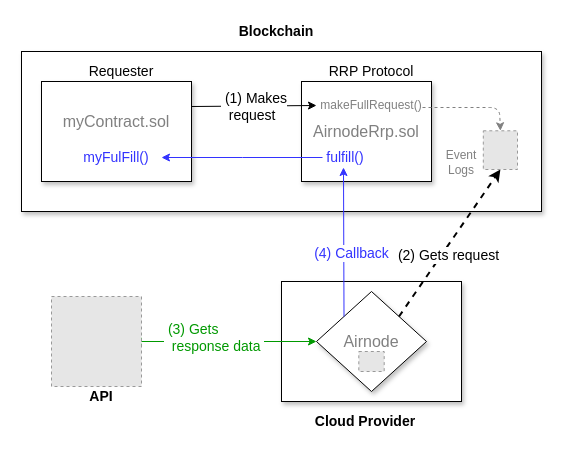
Earlier version of the draw.io diagram docs/airnode/v0.6/assets/diagrams/developer-overview.drawio (api3dao/old-api3-docs). Source tidied: cells renumbered, new cells numbered last; positions are measured from the earlier drawing's top-left corner, leaving out a move shared by most shapes. Both pictures are drawn from the tidied source at 100%, with x=0, y=0 at pixel (21, 21). Pictures stored in the file or linked from it are replaced by grey dashed boxes.
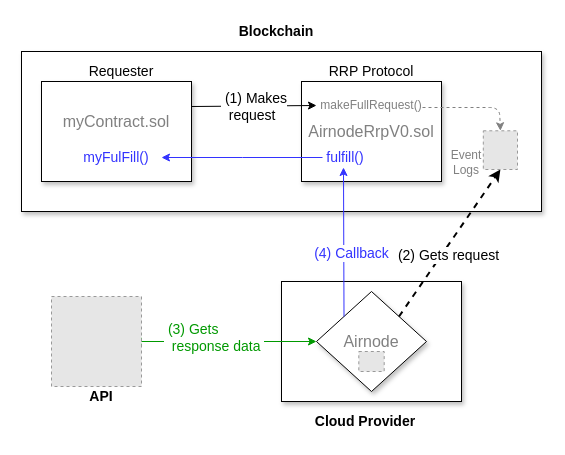
Above is the later version.

Change to the diagram source:
```diff
@@
-    <mxCell id="5" value="&lt;font style=&quot;font-size: 16px&quot;&gt;&lt;font color=&quot;#808080&quot;&gt;AirnodeRrp.sol&lt;/font&gt;&lt;br&gt;&lt;/font&gt;" style="rounded=0;whiteSpace=wrap;html=1;shadow=1;" parent="1" vertex="1">
-      <mxGeometry x="280" y="60" width="130" height="100" as="geometry" />
+    <mxCell id="5" value="&lt;font style=&quot;font-size: 16px&quot;&gt;&lt;font color=&quot;#808080&quot;&gt;AirnodeRrpV0.sol&lt;/font&gt;&lt;br&gt;&lt;/font&gt;" style="rounded=0;whiteSpace=wrap;html=1;shadow=1;" parent="1" vertex="1">
+      <mxGeometry x="280" y="60" width="140" height="100" as="geometry" />
     </mxCell>
@@
     <mxCell id="26" value="Event&lt;br&gt;Logs" style="text;html=1;strokeColor=none;fillColor=none;align=center;verticalAlign=middle;whiteSpace=wrap;rounded=0;fontColor=#808080;" parent="1" vertex="1">
-      <mxGeometry x="420" y="131" width="40" height="20" as="geometry" />
+      <mxGeometry x="425" y="131" width="40" height="20" as="geometry" />
     </mxCell>
```
